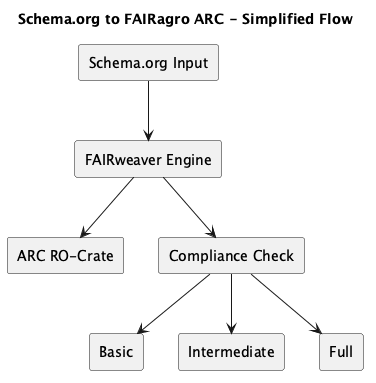
Earlier version of the PlantUML export docs/architecture/conversion-pipeline-simple.png (jorgitogb/fairweaver).
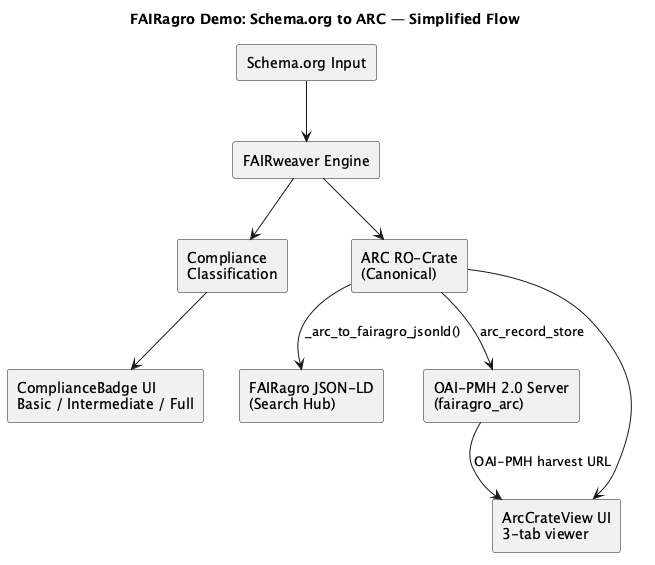
The same diagram one commit later.

What changed in the source:
```diff
@@ -1,19 +1,22 @@
 @startuml
-title Schema.org to FAIRagro ARC - Simplified Flow
+title FAIRagro Demo: Schema.org to ARC — Simplified Flow
 
 rectangle "Schema.org Input" as input
 rectangle "FAIRweaver Engine" as engine
-rectangle "ARC RO-Crate" as output
-rectangle "Compliance Check" as compliance
-rectangle "Basic" as basic
-rectangle "Intermediate" as inter
-rectangle "Full" as full
+rectangle "Compliance\nClassification" as compliance
+rectangle "ComplianceBadge UI\nBasic / Intermediate / Full" as badge
+rectangle "ARC RO-Crate\n(Canonical)" as arc
+rectangle "FAIRagro JSON-LD\n(Search Hub)" as fairagro
+rectangle "OAI-PMH 2.0 Server\n(fairagro_arc)" as oai
+rectangle "ArcCrateView UI\n3-tab viewer" as viewer
 
 input --> engine
 engine --> compliance
-engine --> output
-compliance --> basic
-compliance --> inter
-compliance --> full
+engine --> arc
+compliance --> badge
+arc --> fairagro : _arc_to_fairagro_jsonld()
+arc --> oai : arc_record_store
+arc --> viewer
+oai --> viewer : OAI-PMH harvest URL
 
 @enduml
```
